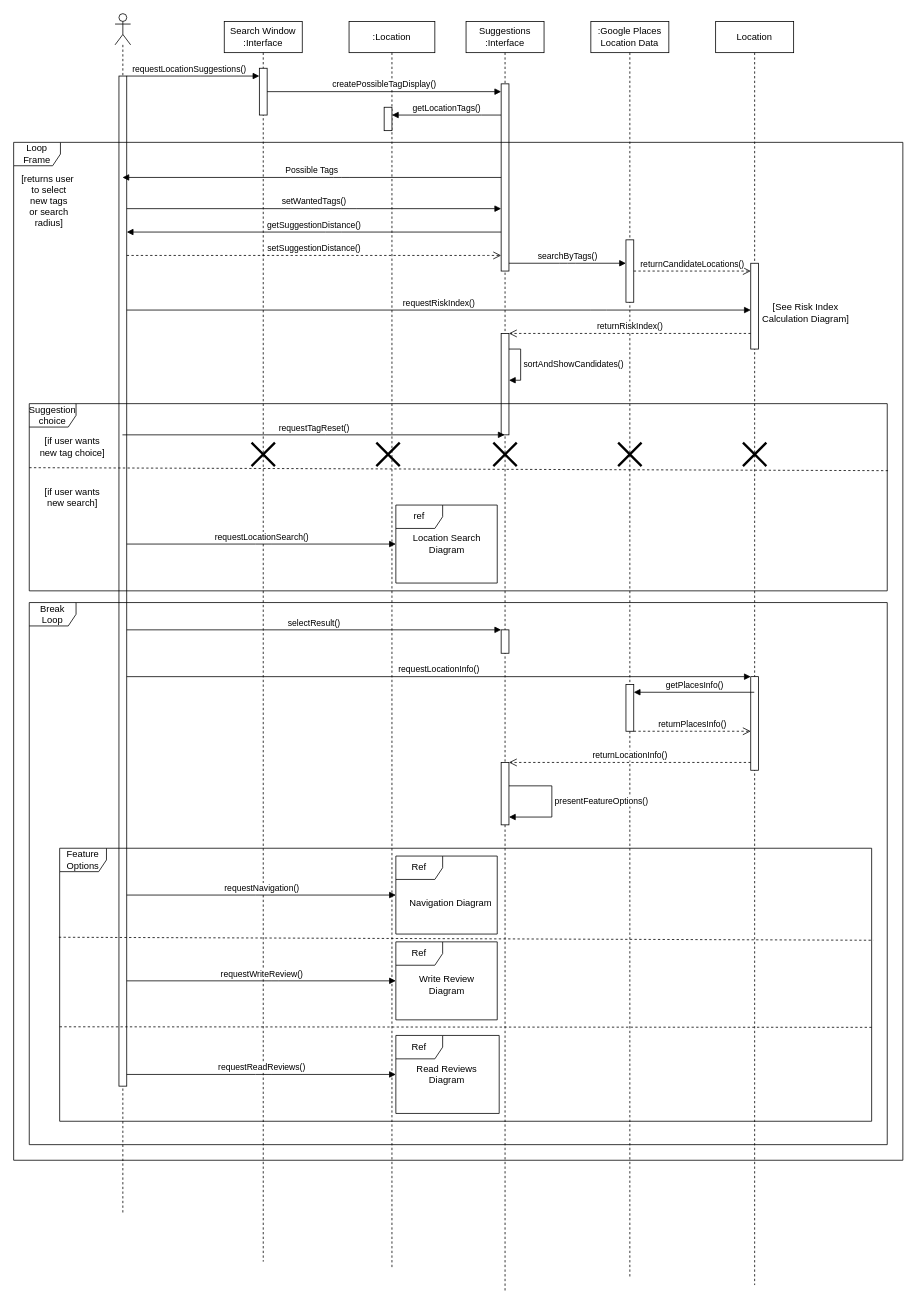
Mario-Sama/SoftEngProject2021 keeps this draw.io diagram as Documents/DrawioResources/4th cycle/SequenceSuggestion.drawio. Above is the earlier version. Source tidied: cells renumbered, new cells numbered last; positions are measured from the earlier drawing's top-left corner, leaving out a move shared by most shapes. Both pictures are drawn from the tidied source at 78%, with x=0, y=0 at pixel (13, 13).
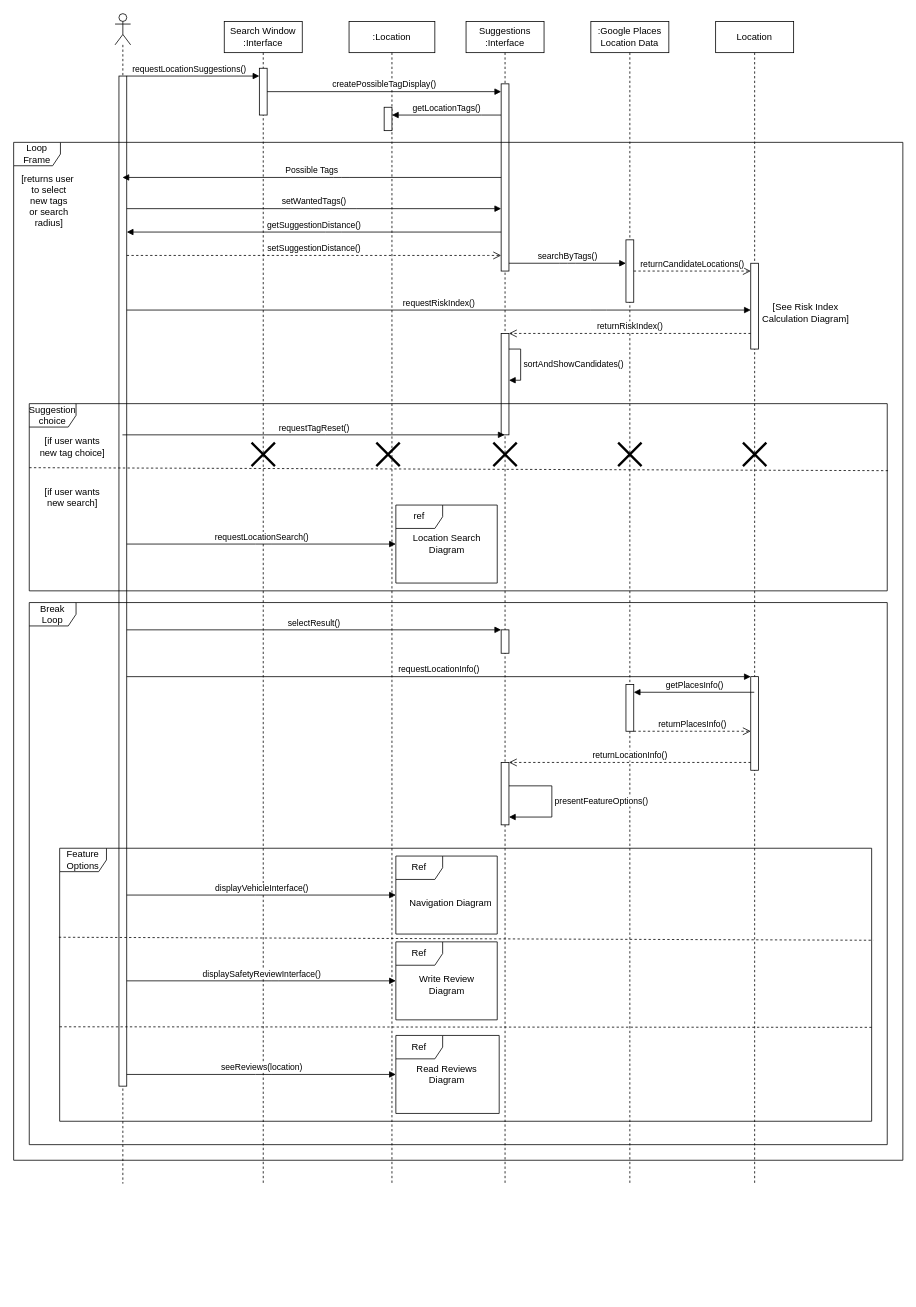
After the change.

Unchanged cells that the change refers to:
```xml
<mxCell id="3" style="html=1;points=[];perimeter=orthogonalPerimeter;" parent="2" vertex="1">
  <mxGeometry x="5" y="80" width="10" height="1295" as="geometry" />
</mxCell>
<mxCell id="54" value="Ref" style="shape=umlFrame;whiteSpace=wrap;html=1;" parent="1" vertex="1">
  <mxGeometry x="490" y="1080" width="130" height="100" as="geometry" />
</mxCell>
<mxCell id="55" value="Ref" style="shape=umlFrame;whiteSpace=wrap;html=1;" parent="1" vertex="1">
  <mxGeometry x="490" y="1190" width="130" height="100" as="geometry" />
</mxCell>
<mxCell id="60" value="Ref" style="shape=umlFrame;whiteSpace=wrap;html=1;" parent="1" vertex="1">
  <mxGeometry x="490" y="1310" width="132.5" height="100" as="geometry" />
</mxCell>
```

Change to the diagram source:
```diff
@@
     <mxCell id="2" style="shape=umlLifeline;participant=umlActor;perimeter=lifelinePerimeter;whiteSpace=wrap;html=1;verticalAlign=top;spacingTop=36;outlineConnect=0;" parent="1" vertex="1">
-      <mxGeometry x="130" width="20" height="1540" as="geometry" />
+      <mxGeometry x="130" width="20" height="1500" as="geometry" />
     </mxCell>
@@
     <mxCell id="4" value="Search Window&lt;br&gt;:Interface" style="shape=umlLifeline;perimeter=lifelinePerimeter;whiteSpace=wrap;html=1;" parent="1" vertex="1">
-      <mxGeometry x="270" y="10" width="100" height="1590" as="geometry" />
+      <mxGeometry x="270" y="10" width="100" height="1490" as="geometry" />
     </mxCell>
@@
     <mxCell id="7" value=":Location" style="shape=umlLifeline;perimeter=lifelinePerimeter;whiteSpace=wrap;html=1;" parent="1" vertex="1">
-      <mxGeometry x="430" y="10" width="110" height="1600" as="geometry" />
+      <mxGeometry x="430" y="10" width="110" height="1490" as="geometry" />
     </mxCell>
@@
     <mxCell id="10" value="Suggestions&lt;br&gt;:Interface" style="shape=umlLifeline;perimeter=lifelinePerimeter;whiteSpace=wrap;html=1;outlineConnect=0;" parent="1" vertex="1">
-      <mxGeometry x="580" y="10" width="100" height="1630" as="geometry" />
+      <mxGeometry x="580" y="10" width="100" height="1490" as="geometry" />
     </mxCell>
@@
     <mxCell id="20" value=":Google Places&lt;br&gt;Location Data" style="shape=umlLifeline;perimeter=lifelinePerimeter;whiteSpace=wrap;html=1;" parent="1" vertex="1">
-      <mxGeometry x="740" y="10" width="100" height="1610" as="geometry" />
+      <mxGeometry x="740" y="10" width="100" height="1490" as="geometry" />
     </mxCell>
@@
     <mxCell id="23" value="Location" style="shape=umlLifeline;perimeter=lifelinePerimeter;whiteSpace=wrap;html=1;" parent="1" vertex="1">
-      <mxGeometry x="900" y="10" width="100" height="1620" as="geometry" />
+      <mxGeometry x="900" y="10" width="100" height="1490" as="geometry" />
     </mxCell>
@@
-    <mxCell id="62" value="requestNavigation()" style="html=1;verticalAlign=bottom;endArrow=block;" parent="1" edge="1" source="3" target="54">
+    <mxCell id="62" value="displayVehicleInterface()" style="html=1;verticalAlign=bottom;endArrow=block;" parent="1" edge="1" source="3" target="54">
       <mxGeometry relative="1" as="geometry">
         <Array as="points">
           <mxPoint x="320" y="1130" />
         </Array>
       </mxGeometry>
     </mxCell>
-    <mxCell id="63" value="requestWriteReview()" style="html=1;verticalAlign=bottom;endArrow=block;" parent="1" edge="1" source="3" target="55">
+    <mxCell id="63" value="displaySafetyReviewInterface()" style="html=1;verticalAlign=bottom;endArrow=block;" parent="1" edge="1" source="3" target="55">
       <mxGeometry relative="1" as="geometry">
         <Array as="points">
           <mxPoint x="330" y="1240" />
         </Array>
       </mxGeometry>
     </mxCell>
-    <mxCell id="64" value="requestReadReviews()" style="html=1;verticalAlign=bottom;endArrow=block;" parent="1" edge="1" source="3" target="60">
+    <mxCell id="64" value="seeReviews(location)" style="html=1;verticalAlign=bottom;endArrow=block;" parent="1" edge="1" source="3" target="60">
       <mxGeometry relative="1" as="geometry">
         <Array as="points">
           <mxPoint x="320" y="1360" />
         </Array>
       </mxGeometry>
     </mxCell>
```
